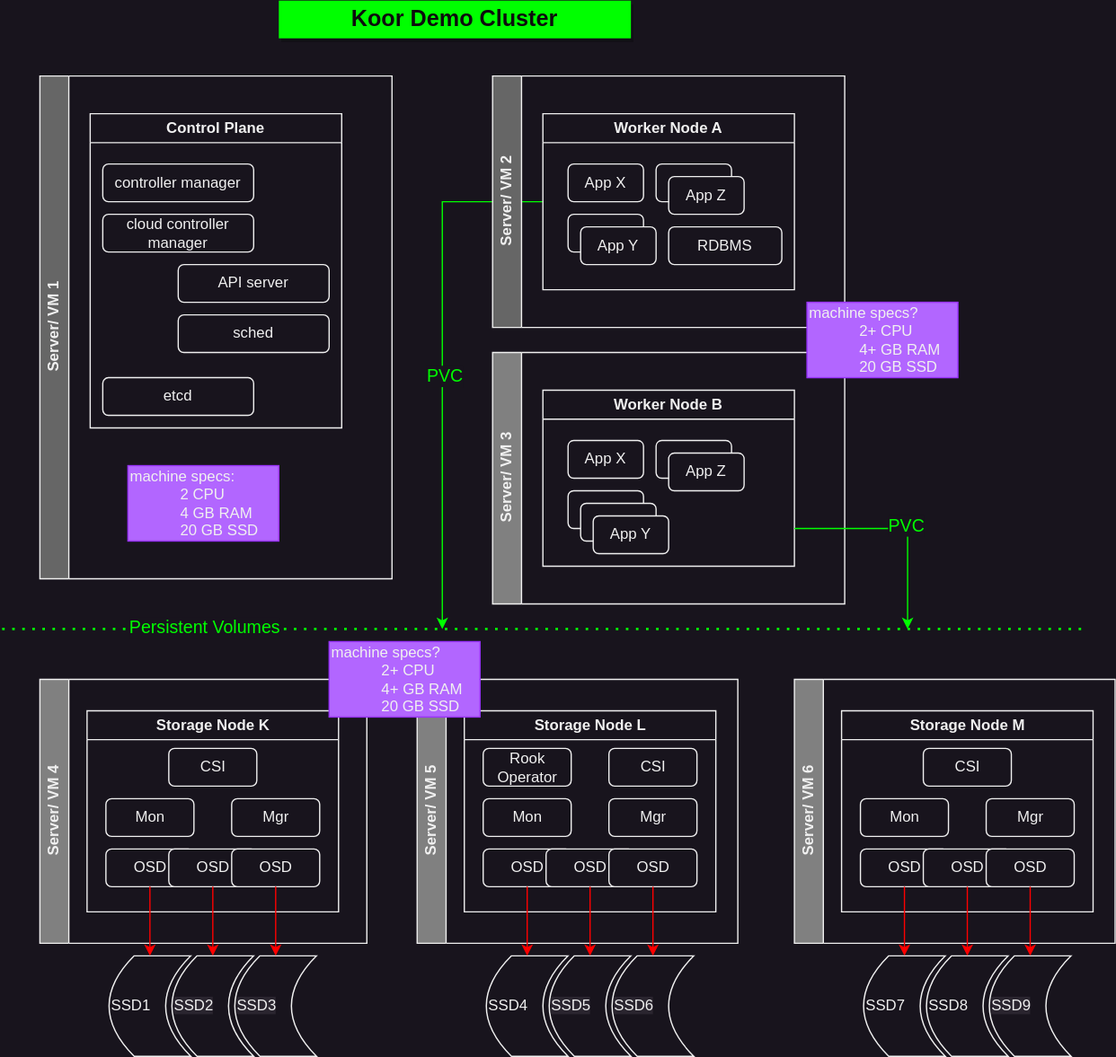
Before: docs/development/demo/demo-system-design.drawio.svg, a diagram exported from draw.io (koor-tech/handbook-redux). Source tidied: cells renumbered, new cells last; positions are measured from the earlier drawing's top-left corner, leaving out a move shared by most shapes.
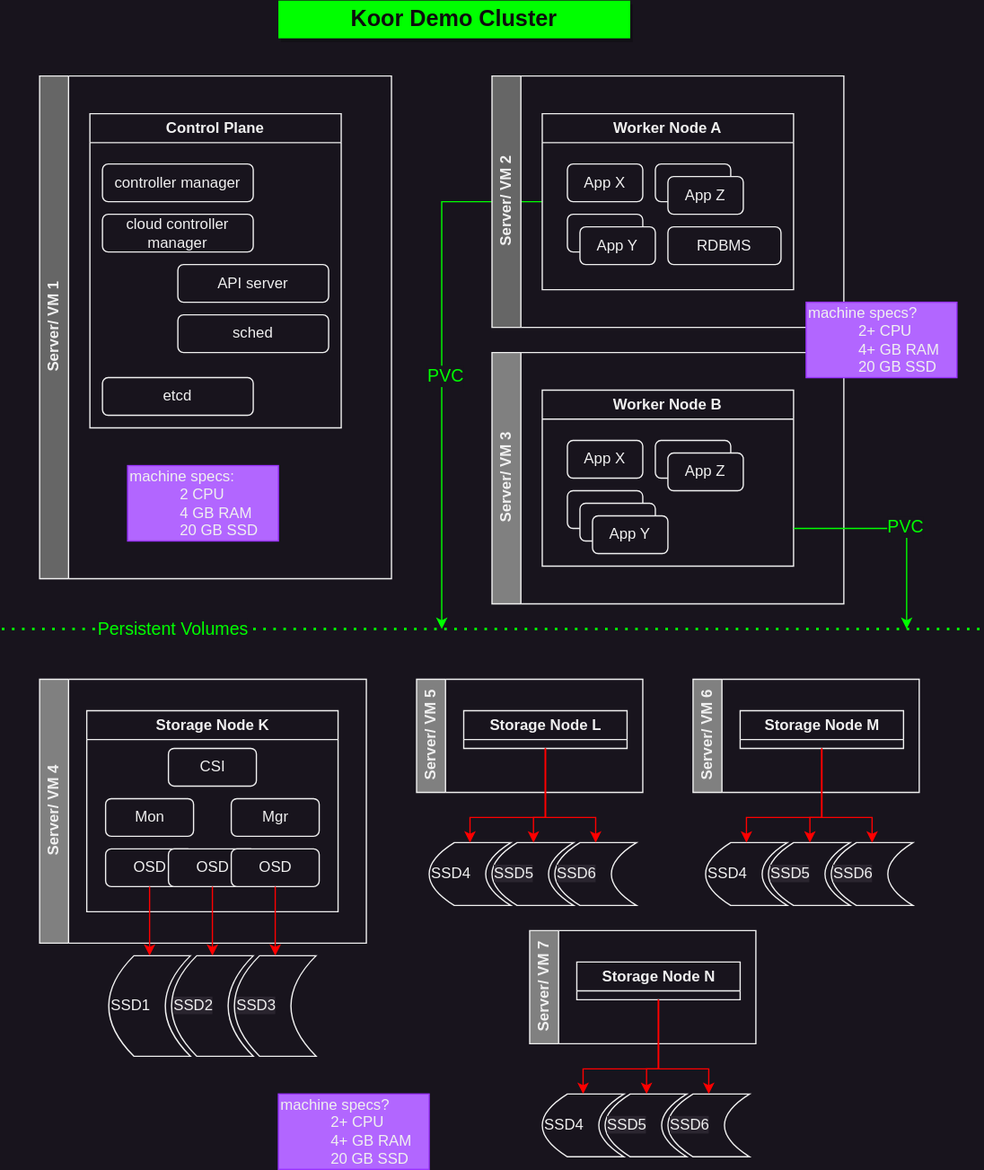
The same file after the commit.

Commit message:
docs: update diagram and answer some questions

The edit, as a diff of the source:
```diff
@@ -3,32 +3,11 @@
     <mxCell id="0" />
     <mxCell id="1" parent="0" />
     <mxCell id="2" value="Server/ VM 5" style="swimlane;horizontal=0;whiteSpace=wrap;html=1;fillColor=#808080;" parent="1" vertex="1">
-      <mxGeometry x="330" y="540" width="255" height="210" as="geometry" />
+      <mxGeometry x="330" y="540" width="180" height="90" as="geometry" />
     </mxCell>
-    <mxCell id="3" value="Storage Node L" style="swimlane;whiteSpace=wrap;html=1;" parent="2" vertex="1">
-      <mxGeometry x="37.5" y="25" width="200" height="160" as="geometry" />
+    <mxCell id="3" value="Storage Node L" style="swimlane;whiteSpace=wrap;html=1;" parent="2" vertex="1" collapsed="1">
+      <mxGeometry x="37.5" y="25" width="130" height="30" as="geometry" />
     </mxCell>
-    <mxCell id="4" value="Mon" style="rounded=1;whiteSpace=wrap;html=1;" parent="3" vertex="1">
-      <mxGeometry x="15" y="70" width="70" height="30" as="geometry" />
-    </mxCell>
-    <mxCell id="5" value="Mgr" style="rounded=1;whiteSpace=wrap;html=1;" parent="3" vertex="1">
-      <mxGeometry x="115" y="70" width="70" height="30" as="geometry" />
-    </mxCell>
-    <mxCell id="6" value="CSI" style="rounded=1;whiteSpace=wrap;html=1;" parent="3" vertex="1">
-      <mxGeometry x="115" y="30" width="70" height="30" as="geometry" />
-    </mxCell>
-    <mxCell id="7" value="OSD" style="rounded=1;whiteSpace=wrap;html=1;" parent="3" vertex="1">
-      <mxGeometry x="15" y="110" width="70" height="30" as="geometry" />
-    </mxCell>
-    <mxCell id="8" value="OSD" style="rounded=1;whiteSpace=wrap;html=1;" parent="3" vertex="1">
-      <mxGeometry x="65" y="110" width="70" height="30" as="geometry" />
-    </mxCell>
-    <mxCell id="9" value="OSD" style="rounded=1;whiteSpace=wrap;html=1;" parent="3" vertex="1">
-      <mxGeometry x="115" y="110" width="70" height="30" as="geometry" />
-    </mxCell>
-    <mxCell id="10" value="Rook Operator" style="rounded=1;whiteSpace=wrap;html=1;" parent="3" vertex="1">
-      <mxGeometry x="15" y="30" width="70" height="30" as="geometry" />
-    </mxCell>
     <mxCell id="11" value="Server/ VM 1" style="swimlane;horizontal=0;whiteSpace=wrap;html=1;fillColor=#666666;" parent="1" vertex="1">
       <mxGeometry x="30" y="60" width="280" height="400" as="geometry" />
     </mxCell>
@@ -136,9 +115,6 @@
     <mxCell id="44" value="OSD" style="rounded=1;whiteSpace=wrap;html=1;" parent="38" vertex="1">
       <mxGeometry x="115" y="110" width="70" height="30" as="geometry" />
     </mxCell>
-    <mxCell id="45" value="machine specs?&lt;br&gt;&lt;blockquote style=&quot;margin: 0 0 0 40px; border: none; padding: 0px;&quot;&gt;&lt;/blockquote&gt;&lt;blockquote style=&quot;margin: 0 0 0 40px; border: none; padding: 0px;&quot;&gt;&lt;span style=&quot;background-color: initial;&quot;&gt;2+ CPU&lt;br&gt;&lt;/span&gt;&lt;span style=&quot;background-color: initial;&quot;&gt;4+ GB RAM&lt;br&gt;&lt;/span&gt;20 GB SSD&lt;/blockquote&gt;&lt;blockquote style=&quot;margin: 0 0 0 40px; border: none; padding: 0px;&quot;&gt;&lt;/blockquote&gt;" style="text;strokeColor=#9933FF;align=left;fillColor=#B266FF;html=1;verticalAlign=middle;whiteSpace=wrap;rounded=0;" parent="37" vertex="1">
-      <mxGeometry x="230" y="-30" width="120" height="60" as="geometry" />
-    </mxCell>
     <mxCell id="46" value="SSD1" style="shape=dataStorage;whiteSpace=wrap;html=1;fixedSize=1;align=left;" parent="1" vertex="1">
       <mxGeometry x="85" y="760" width="65" height="80" as="geometry" />
     </mxCell>
@@ -158,65 +134,14 @@
       <mxGeometry relative="1" as="geometry" />
     </mxCell>
     <mxCell id="52" value="SSD4" style="shape=dataStorage;whiteSpace=wrap;html=1;fixedSize=1;align=left;" parent="1" vertex="1">
-      <mxGeometry x="385" y="760" width="65" height="80" as="geometry" />
+      <mxGeometry x="340" y="670" width="65" height="50" as="geometry" />
     </mxCell>
     <mxCell id="53" value="&lt;span style=&quot;color: rgb(240, 240, 240); font-family: Helvetica; font-size: 12px; font-style: normal; font-variant-ligatures: normal; font-variant-caps: normal; font-weight: 400; letter-spacing: normal; orphans: 2; text-indent: 0px; text-transform: none; widows: 2; word-spacing: 0px; -webkit-text-stroke-width: 0px; background-color: rgb(42, 37, 47); text-decoration-thickness: initial; text-decoration-style: initial; text-decoration-color: initial; float: none; display: inline !important;&quot;&gt;SSD5&lt;/span&gt;" style="shape=dataStorage;whiteSpace=wrap;html=1;fixedSize=1;align=left;" parent="1" vertex="1">
-      <mxGeometry x="435" y="760" width="65" height="80" as="geometry" />
+      <mxGeometry x="390" y="670" width="65" height="50" as="geometry" />
     </mxCell>
     <mxCell id="54" value="&lt;span style=&quot;color: rgb(240, 240, 240); font-family: Helvetica; font-size: 12px; font-style: normal; font-variant-ligatures: normal; font-variant-caps: normal; font-weight: 400; letter-spacing: normal; orphans: 2; text-indent: 0px; text-transform: none; widows: 2; word-spacing: 0px; -webkit-text-stroke-width: 0px; background-color: rgb(42, 37, 47); text-decoration-thickness: initial; text-decoration-style: initial; text-decoration-color: initial; float: none; display: inline !important;&quot;&gt;SSD6&lt;/span&gt;" style="shape=dataStorage;whiteSpace=wrap;html=1;fixedSize=1;align=left;" parent="1" vertex="1">
-      <mxGeometry x="485" y="760" width="65" height="80" as="geometry" />
+      <mxGeometry x="440" y="670" width="65" height="50" as="geometry" />
     </mxCell>
-    <mxCell id="55" style="edgeStyle=orthogonalEdgeStyle;rounded=0;jettySize=auto;html=1;exitX=0.5;exitY=1;exitDx=0;exitDy=0;entryX=0.5;entryY=0;entryDx=0;entryDy=0;strokeColor=#FF0000;" parent="1" edge="1" source="7" target="52">
-      <mxGeometry relative="1" as="geometry" />
-    </mxCell>
-    <mxCell id="56" style="edgeStyle=orthogonalEdgeStyle;rounded=0;jettySize=auto;html=1;exitX=0.5;exitY=1;exitDx=0;exitDy=0;strokeColor=#FF0000;" parent="1" edge="1" source="8" target="53">
-      <mxGeometry relative="1" as="geometry" />
-    </mxCell>
-    <mxCell id="57" style="edgeStyle=orthogonalEdgeStyle;rounded=0;jettySize=auto;html=1;exitX=0.5;exitY=1;exitDx=0;exitDy=0;entryX=0.5;entryY=0;entryDx=0;entryDy=0;strokeColor=#FF0000;" parent="1" edge="1" source="9" target="54">
-      <mxGeometry relative="1" as="geometry" />
-    </mxCell>
-    <mxCell id="58" value="Server/ VM 6" style="swimlane;horizontal=0;whiteSpace=wrap;html=1;fillColor=#808080;" parent="1" vertex="1">
-      <mxGeometry x="630" y="540" width="255" height="210" as="geometry" />
-    </mxCell>
-    <mxCell id="59" value="Storage Node M" style="swimlane;whiteSpace=wrap;html=1;" parent="58" vertex="1">
-      <mxGeometry x="37.5" y="25" width="200" height="160" as="geometry" />
-    </mxCell>
-    <mxCell id="60" value="Mon" style="rounded=1;whiteSpace=wrap;html=1;" parent="59" vertex="1">
-      <mxGeometry x="15" y="70" width="70" height="30" as="geometry" />
-    </mxCell>
-    <mxCell id="61" value="Mgr" style="rounded=1;whiteSpace=wrap;html=1;" parent="59" vertex="1">
-      <mxGeometry x="115" y="70" width="70" height="30" as="geometry" />
-    </mxCell>
-    <mxCell id="62" value="CSI" style="rounded=1;whiteSpace=wrap;html=1;" parent="59" vertex="1">
-      <mxGeometry x="65" y="30" width="70" height="30" as="geometry" />
-    </mxCell>
-    <mxCell id="63" value="OSD" style="rounded=1;whiteSpace=wrap;html=1;" parent="59" vertex="1">
-      <mxGeometry x="15" y="110" width="70" height="30" as="geometry" />
-    </mxCell>
-    <mxCell id="64" value="OSD" style="rounded=1;whiteSpace=wrap;html=1;" parent="59" vertex="1">
-      <mxGeometry x="65" y="110" width="70" height="30" as="geometry" />
-    </mxCell>
-    <mxCell id="65" value="OSD" style="rounded=1;whiteSpace=wrap;html=1;" parent="59" vertex="1">
-      <mxGeometry x="115" y="110" width="70" height="30" as="geometry" />
-    </mxCell>
-    <mxCell id="66" value="SSD7" style="shape=dataStorage;whiteSpace=wrap;html=1;fixedSize=1;align=left;" parent="1" vertex="1">
-      <mxGeometry x="685" y="760" width="65" height="80" as="geometry" />
-    </mxCell>
-    <mxCell id="67" value="SSD8" style="shape=dataStorage;whiteSpace=wrap;html=1;fixedSize=1;align=left;" parent="1" vertex="1">
-      <mxGeometry x="735" y="760" width="65" height="80" as="geometry" />
-    </mxCell>
-    <mxCell id="68" value="&lt;span style=&quot;color: rgb(240, 240, 240); font-family: Helvetica; font-size: 12px; font-style: normal; font-variant-ligatures: normal; font-variant-caps: normal; font-weight: 400; letter-spacing: normal; orphans: 2; text-indent: 0px; text-transform: none; widows: 2; word-spacing: 0px; -webkit-text-stroke-width: 0px; background-color: rgb(42, 37, 47); text-decoration-thickness: initial; text-decoration-style: initial; text-decoration-color: initial; float: none; display: inline !important;&quot;&gt;SSD9&lt;/span&gt;" style="shape=dataStorage;whiteSpace=wrap;html=1;fixedSize=1;align=left;" parent="1" vertex="1">
-      <mxGeometry x="785" y="760" width="65" height="80" as="geometry" />
-    </mxCell>
-    <mxCell id="69" style="edgeStyle=orthogonalEdgeStyle;rounded=0;jettySize=auto;html=1;exitX=0.5;exitY=1;exitDx=0;exitDy=0;entryX=0.5;entryY=0;entryDx=0;entryDy=0;strokeColor=#FF0000;" parent="1" edge="1" source="63" target="66">
-      <mxGeometry relative="1" as="geometry" />
-    </mxCell>
-    <mxCell id="70" style="edgeStyle=orthogonalEdgeStyle;rounded=0;jettySize=auto;html=1;exitX=0.5;exitY=1;exitDx=0;exitDy=0;strokeColor=#FF0000;" parent="1" edge="1" source="64" target="67">
-      <mxGeometry relative="1" as="geometry" />
-    </mxCell>
-    <mxCell id="71" style="edgeStyle=orthogonalEdgeStyle;rounded=0;jettySize=auto;html=1;exitX=0.5;exitY=1;exitDx=0;exitDy=0;entryX=0.5;entryY=0;entryDx=0;entryDy=0;strokeColor=#FF0000;" parent="1" edge="1" source="65" target="68">
-      <mxGeometry relative="1" as="geometry" />
-    </mxCell>
     <mxCell id="72" value="&lt;font color=&quot;#0d0d0d&quot; style=&quot;font-size: 18px;&quot;&gt;&lt;b&gt;Koor Demo Cluster&lt;/b&gt;&lt;/font&gt;" style="text;strokeColor=none;align=center;fillColor=#00FF00;html=1;verticalAlign=middle;whiteSpace=wrap;rounded=0;shadow=1;" parent="1" vertex="1">
       <mxGeometry x="220" width="280" height="30" as="geometry" />
     </mxCell>
@@ -226,7 +151,7 @@
     <mxCell id="74" style="endArrow=none;dashed=1;html=1;dashPattern=1 3;strokeWidth=2;rounded=0;strokeColor=#00FF00;" parent="1" edge="1">
       <mxGeometry relative="1" as="geometry">
         <mxPoint y="500" as="sourcePoint" />
-        <mxPoint x="860" y="500" as="targetPoint" />
+        <mxPoint x="780" y="500" as="targetPoint" />
       </mxGeometry>
     </mxCell>
     <mxCell id="75" value="&lt;font style=&quot;font-size: 14px;&quot;&gt;Persistent Volumes&lt;/font&gt;" style="edgeLabel;html=1;align=center;verticalAlign=middle;fillColor=#00FF00;fontColor=#00FF00;" parent="74" vertex="1">
@@ -246,5 +171,44 @@
     <mxCell id="77" value="&lt;font color=&quot;#00ff00&quot; style=&quot;font-size: 14px;&quot;&gt;PVC&lt;/font&gt;" style="edgeLabel;html=1;align=center;verticalAlign=middle;fontSize=14;" parent="76" vertex="1">
       <mxGeometry x="0.04" y="2" relative="1" as="geometry" />
     </mxCell>
+    <mxCell id="78" style="group;" parent="1" vertex="1">
+      <mxGeometry x="550" y="540" width="180" height="180" as="geometry" />
+    </mxCell>
+    <mxCell id="58" value="Server/ VM 6" style="swimlane;horizontal=0;whiteSpace=wrap;html=1;fillColor=#808080;" parent="78" vertex="1">
+      <mxGeometry width="180" height="90" as="geometry" />
+    </mxCell>
+    <mxCell id="59" value="Storage Node M" style="swimlane;whiteSpace=wrap;html=1;" parent="58" vertex="1" collapsed="1">
+      <mxGeometry x="37.5" y="25" width="130" height="30" as="geometry" />
+    </mxCell>
+    <mxCell id="79" value="SSD4" style="shape=dataStorage;whiteSpace=wrap;html=1;fixedSize=1;align=left;" parent="78" vertex="1">
+      <mxGeometry x="10" y="130" width="65" height="50" as="geometry" />
+    </mxCell>
+    <mxCell id="80" value="&lt;span style=&quot;color: rgb(240, 240, 240); font-family: Helvetica; font-size: 12px; font-style: normal; font-variant-ligatures: normal; font-variant-caps: normal; font-weight: 400; letter-spacing: normal; orphans: 2; text-indent: 0px; text-transform: none; widows: 2; word-spacing: 0px; -webkit-text-stroke-width: 0px; background-color: rgb(42, 37, 47); text-decoration-thickness: initial; text-decoration-style: initial; text-decoration-color: initial; float: none; display: inline !important;&quot;&gt;SSD5&lt;/span&gt;" style="shape=dataStorage;whiteSpace=wrap;html=1;fixedSize=1;align=left;" parent="78" vertex="1">
+      <mxGeometry x="60" y="130" width="65" height="50" as="geometry" />
+    </mxCell>
+    <mxCell id="81" value="&lt;span style=&quot;color: rgb(240, 240, 240); font-family: Helvetica; font-size: 12px; font-style: normal; font-variant-ligatures: normal; font-variant-caps: normal; font-weight: 400; letter-spacing: normal; orphans: 2; text-indent: 0px; text-transform: none; widows: 2; word-spacing: 0px; -webkit-text-stroke-width: 0px; background-color: rgb(42, 37, 47); text-decoration-thickness: initial; text-decoration-style: initial; text-decoration-color: initial; float: none; display: inline !important;&quot;&gt;SSD6&lt;/span&gt;" style="shape=dataStorage;whiteSpace=wrap;html=1;fixedSize=1;align=left;" parent="78" vertex="1">
+      <mxGeometry x="110" y="130" width="65" height="50" as="geometry" />
+    </mxCell>
+    <mxCell id="82" style="group;" parent="1" vertex="1">
+      <mxGeometry x="420" y="740" width="180" height="180" as="geometry" />
+    </mxCell>
+    <mxCell id="83" value="Server/ VM 7" style="swimlane;horizontal=0;whiteSpace=wrap;html=1;fillColor=#808080;" parent="82" vertex="1">
+      <mxGeometry width="180" height="90" as="geometry" />
+    </mxCell>
+    <mxCell id="84" value="Storage Node N" style="swimlane;whiteSpace=wrap;html=1;" parent="83" vertex="1" collapsed="1">
+      <mxGeometry x="37.5" y="25" width="130" height="30" as="geometry" />
+    </mxCell>
+    <mxCell id="85" value="SSD4" style="shape=dataStorage;whiteSpace=wrap;html=1;fixedSize=1;align=left;" parent="82" vertex="1">
+      <mxGeometry x="10" y="130" width="65" height="50" as="geometry" />
+    </mxCell>
+    <mxCell id="86" value="&lt;span style=&quot;color: rgb(240, 240, 240); font-family: Helvetica; font-size: 12px; font-style: normal; font-variant-ligatures: normal; font-variant-caps: normal; font-weight: 400; letter-spacing: normal; orphans: 2; text-indent: 0px; text-transform: none; widows: 2; word-spacing: 0px; -webkit-text-stroke-width: 0px; background-color: rgb(42, 37, 47); text-decoration-thickness: initial; text-decoration-style: initial; text-decoration-color: initial; float: none; display: inline !important;&quot;&gt;SSD5&lt;/span&gt;" style="shape=dataStorage;whiteSpace=wrap;html=1;fixedSize=1;align=left;" parent="82" vertex="1">
+      <mxGeometry x="60" y="130" width="65" height="50" as="geometry" />
+    </mxCell>
+    <mxCell id="87" value="&lt;span style=&quot;color: rgb(240, 240, 240); font-family: Helvetica; font-size: 12px; font-style: normal; font-variant-ligatures: normal; font-variant-caps: normal; font-weight: 400; letter-spacing: normal; orphans: 2; text-indent: 0px; text-transform: none; widows: 2; word-spacing: 0px; -webkit-text-stroke-width: 0px; background-color: rgb(42, 37, 47); text-decoration-thickness: initial; text-decoration-style: initial; text-decoration-color: initial; float: none; display: inline !important;&quot;&gt;SSD6&lt;/span&gt;" style="shape=dataStorage;whiteSpace=wrap;html=1;fixedSize=1;align=left;" parent="82" vertex="1">
+      <mxGeometry x="110" y="130" width="65" height="50" as="geometry" />
+    </mxCell>
+    <mxCell id="45" value="machine specs?&lt;br&gt;&lt;blockquote style=&quot;margin: 0 0 0 40px; border: none; padding: 0px;&quot;&gt;&lt;/blockquote&gt;&lt;blockquote style=&quot;margin: 0 0 0 40px; border: none; padding: 0px;&quot;&gt;&lt;span style=&quot;background-color: initial;&quot;&gt;2+ CPU&lt;br&gt;&lt;/span&gt;&lt;span style=&quot;background-color: initial;&quot;&gt;4+ GB RAM&lt;br&gt;&lt;/span&gt;20 GB SSD&lt;/blockquote&gt;&lt;blockquote style=&quot;margin: 0 0 0 40px; border: none; padding: 0px;&quot;&gt;&lt;/blockquote&gt;" style="text;strokeColor=#9933FF;align=left;fillColor=#B266FF;html=1;verticalAlign=middle;whiteSpace=wrap;rounded=0;" parent="1" vertex="1">
+      <mxGeometry x="220" y="870" width="120" height="60" as="geometry" />
+    </mxCell>
   </root>
 </mxGraphModel>
```
